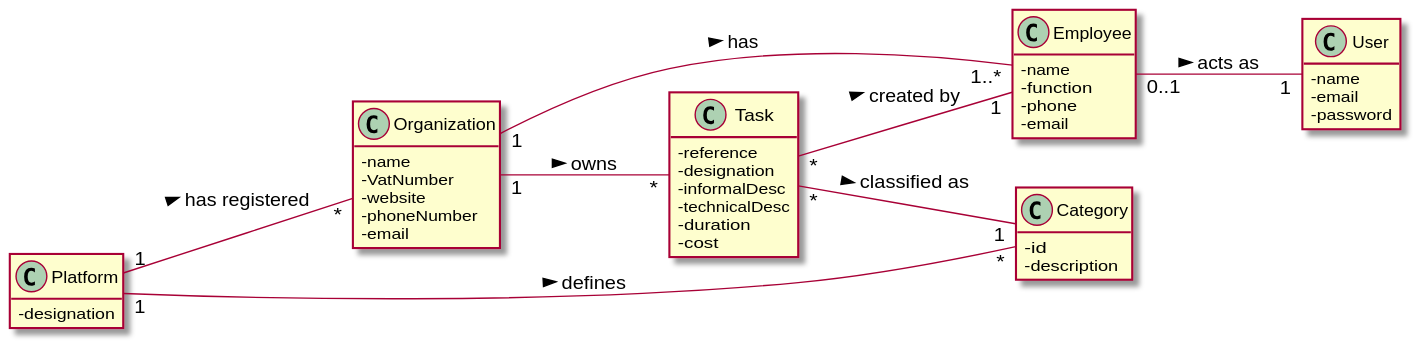
The PlantUML diagram docs/SprintC/US005/US005_MD.svg in Pirussa/lei-22-s2-1da-g02, before a commit. Its diagram source:
```plantuml
@startuml
hide methods
left to right direction
skinparam classAttributeIconSize 0


class Platform {
  -designation
}

class Organization {
  -name
  -VatNumber
  -website
  -phoneNumber
  -email
}

class Task {
  -reference
  -designation
  -informalDesc
  -technicalDesc
  -duration
  -cost
}

class Category {
  -id
  -description
}

class Employee {
  -name
  -function
  -phone
  -email
}

class User {
  -name
  -email
  -password
}

Platform "1" -- "*" Organization : has registered >
Platform "1" -- "*" Category : defines >
Organization "1" -- "1..*" Employee : has >
Organization "1" -- "*" Task: owns >
Task "*" -- "1" Employee: created by >
Employee "0..1" -- "1" User: acts as >
Task "*" -- "1" Category: classified as >



@enduml
```
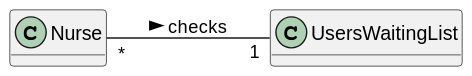
Later version of the same file.

Change to the diagram source:
```diff
@@ -4,52 +4,11 @@
 skinparam classAttributeIconSize 0
 
 
-class Platform {
-  -designation
-}
+class Nurse
 
-class Organization {
-  -name
-  -VatNumber
-  -website
-  -phoneNumber
-  -email
-}
+class UsersWaitingList
 
-class Task {
-  -reference
-  -designation
-  -informalDesc
-  -technicalDesc
-  -duration
-  -cost
-}
-
-class Category {
-  -id
-  -description
-}
-
-class Employee {
-  -name
-  -function
-  -phone
-  -email
-}
-
-class User {
-  -name
-  -email
-  -password
-}
-
-Platform "1" -- "*" Organization : has registered >
-Platform "1" -- "*" Category : defines >
-Organization "1" -- "1..*" Employee : has >
-Organization "1" -- "*" Task: owns >
-Task "*" -- "1" Employee: created by >
-Employee "0..1" -- "1" User: acts as >
-Task "*" -- "1" Category: classified as >
+Nurse "*" -- "1" UsersWaitingList : checks >
 
 
 
```
